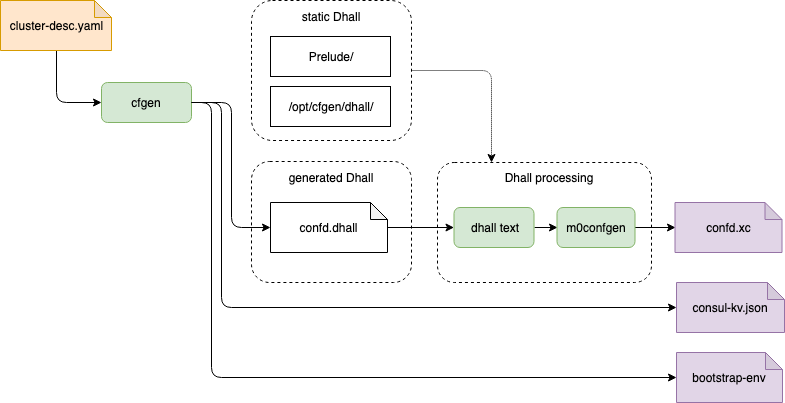
Earlier version of the draw.io export rfc/3/cfgen.png (Seagate/cortx-hare). Source tidied: cells renumbered, new cells last; positions are measured from the earlier drawing's top-left corner, leaving out a move shared by most shapes.
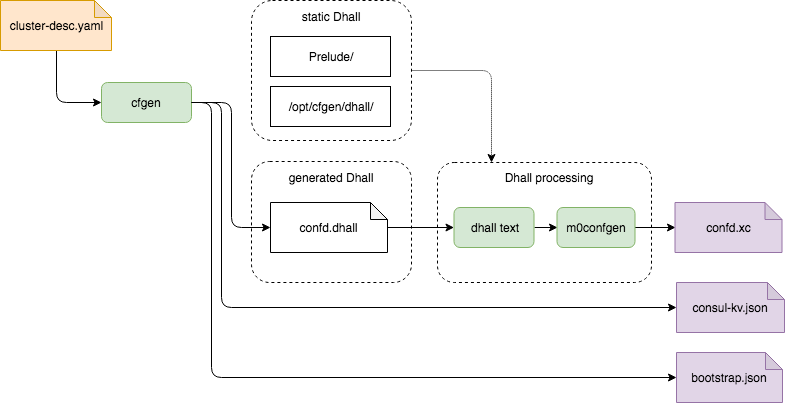
Later version of the same file.

Commit message:
rfc/3: update bootstrap-env format and content

The edit, as a diff of the source:
```diff
@@ -61,7 +61,7 @@
     <mxCell id="19" value="consul-kv.json" style="shape=note;whiteSpace=wrap;html=1;backgroundOutline=1;darkOpacity=0.05;size=17;fillColor=#e1d5e7;strokeColor=#9673a6;" parent="1" vertex="1">
       <mxGeometry x="676" y="282" width="108" height="50" as="geometry" />
     </mxCell>
-    <mxCell id="20" value="bootstrap-env" style="shape=note;whiteSpace=wrap;html=1;backgroundOutline=1;darkOpacity=0.05;size=17;fillColor=#e1d5e7;strokeColor=#9673a6;" parent="1" vertex="1">
+    <mxCell id="20" value="bootstrap.json" style="shape=note;whiteSpace=wrap;html=1;backgroundOutline=1;darkOpacity=0.05;size=17;fillColor=#e1d5e7;strokeColor=#9673a6;" parent="1" vertex="1">
       <mxGeometry x="676" y="352" width="106" height="50" as="geometry" />
     </mxCell>
     <mxCell id="21" value="Prelude/" style="rounded=0;whiteSpace=wrap;html=1;" parent="1" vertex="1">
```
